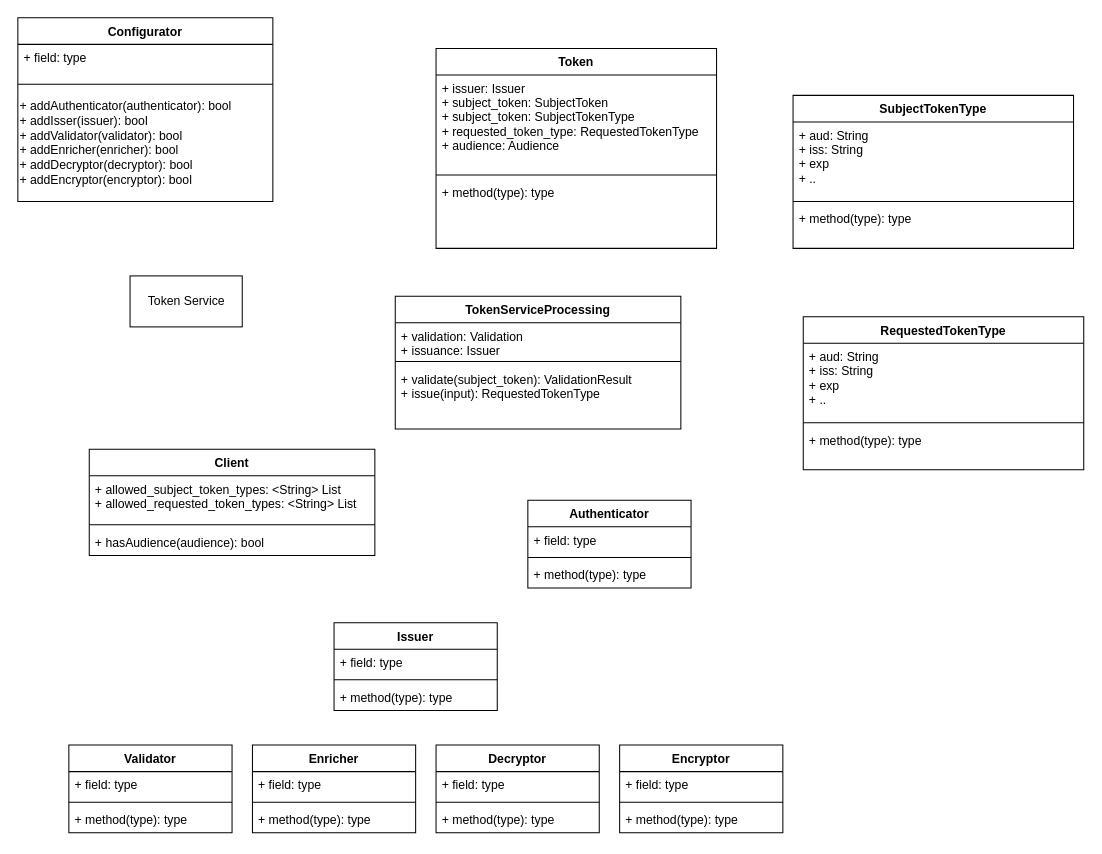
Before: page "Classes" (3 of 7) of Secure Token Exchange.drawio in dachachacha/dotfiles, a draw.io diagram. Source tidied: cells renumbered, new cells numbered last; positions are measured from the earlier drawing's top-left corner, leaving out a move shared by most shapes. Both pictures are drawn from the tidied source at 102%, with x=0, y=0 at pixel (17, 17).
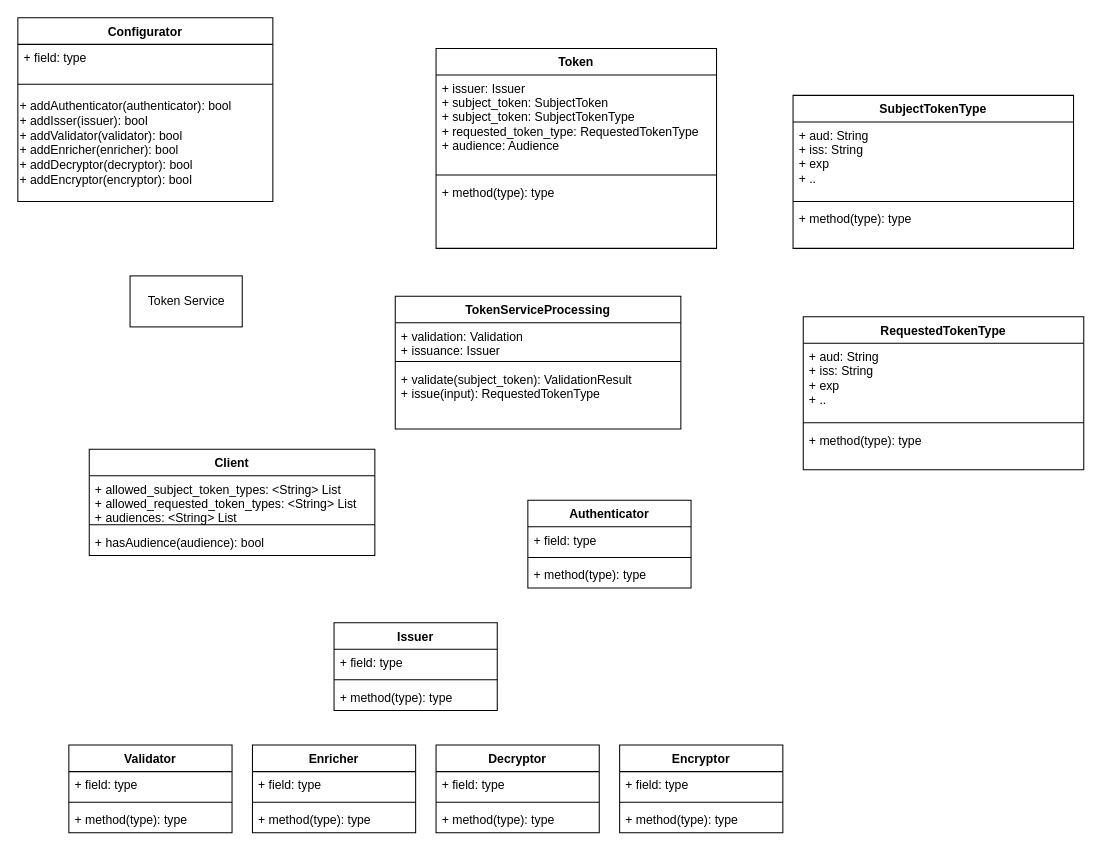
After the change.

The change refers to these unchanged cells:
```xml
<mxCell id="6" value="Client" style="swimlane;fontStyle=1;align=center;verticalAlign=top;horizontal=1;startSize=26;" parent="1" vertex="1">
  <mxGeometry x="70" y="423" width="280" height="104" as="geometry" />
</mxCell>
```

The edit, as a diff of the source:
```diff
@@
-    <mxCell id="7" value="+ allowed_subject_token_types: &lt;String&gt; List&#10;+ allowed_requested_token_types: &lt;String&gt; List" style="text;strokeColor=none;fillColor=none;align=left;verticalAlign=top;spacingLeft=4;spacingRight=4;overflow=hidden;" parent="6" vertex="1">
+    <mxCell id="7" value="+ allowed_subject_token_types: &lt;String&gt; List&#10;+ allowed_requested_token_types: &lt;String&gt; List&#10;+ audiences: &lt;String&gt; List" style="text;strokeColor=none;fillColor=none;align=left;verticalAlign=top;spacingLeft=4;spacingRight=4;overflow=hidden;" parent="6" vertex="1">
       <mxGeometry y="26" width="280" height="44" as="geometry" />
     </mxCell>
```
